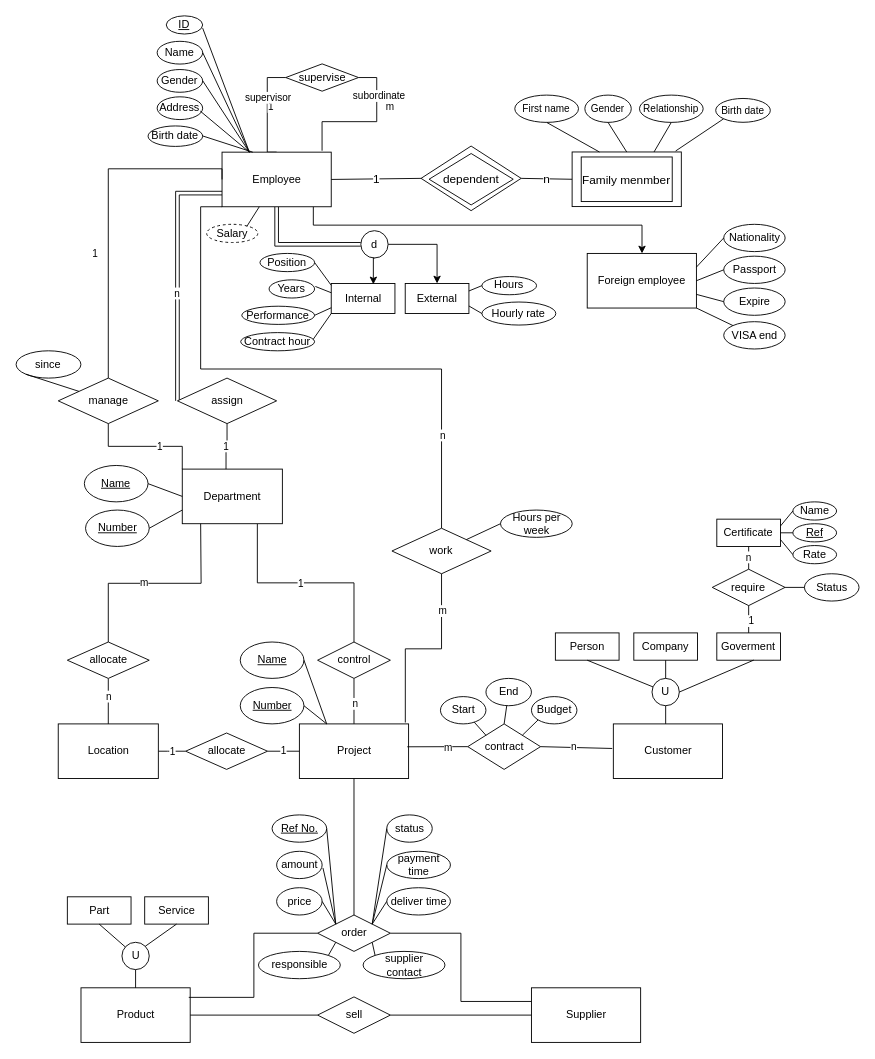
Above: Construction company.drawio in nuo-li/Examples (draw.io), before the change. Source tidied: cells renumbered, new cells numbered last; positions are measured from the earlier drawing's top-left corner, leaving out a move shared by most shapes. Both pictures are drawn from the tidied source at 91%, with x=0, y=0 at pixel (15, 15).
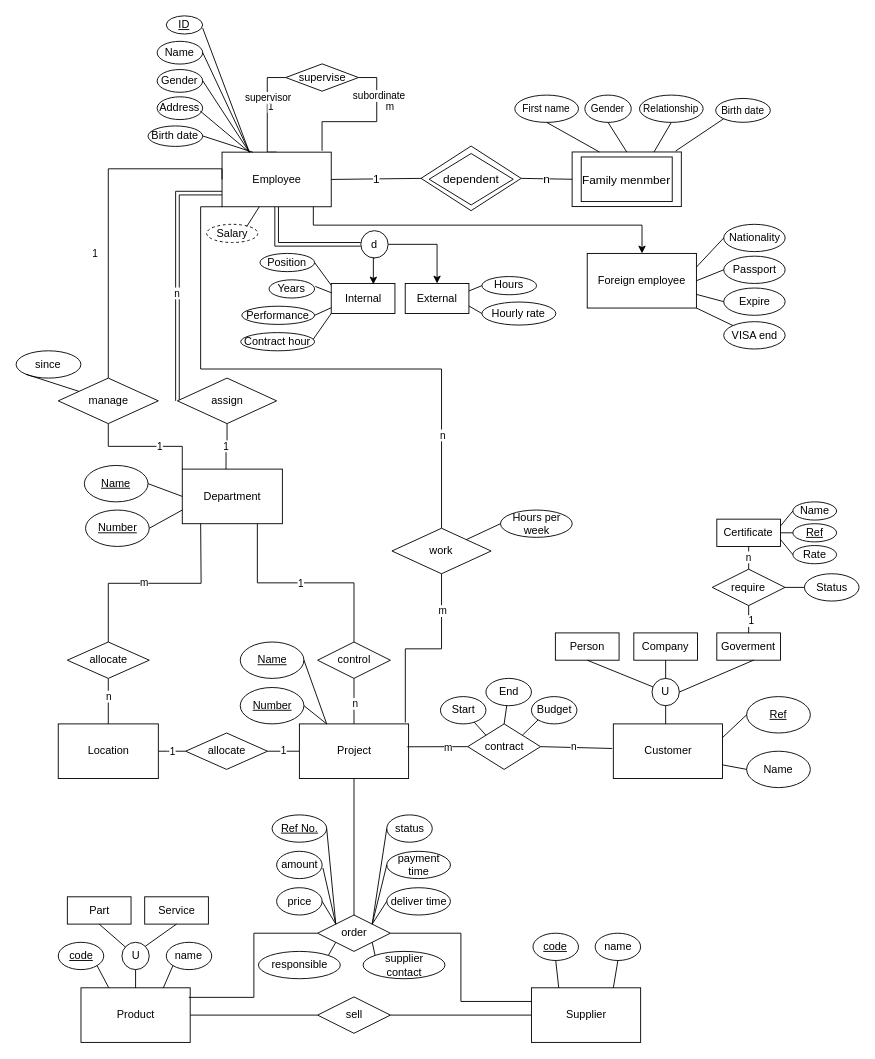
The same page after the edit.

The change refers to these unchanged cells:
```xml
<mxCell id="44" value="Supplier" style="rounded=0;whiteSpace=wrap;html=1;" parent="1" vertex="1">
  <mxGeometry x="566.5" y="1068" width="120" height="60" as="geometry" />
</mxCell>
<mxCell id="75" value="Customer" style="rounded=0;whiteSpace=wrap;html=1;" parent="1" vertex="1">
  <mxGeometry x="656.5" y="778" width="120" height="60" as="geometry" />
</mxCell>
```

Change to the diagram source:
```diff
@@
+    <mxCell id="173" value="&lt;u&gt;code&lt;/u&gt;" style="ellipse;whiteSpace=wrap;html=1;" parent="1" vertex="1">
+      <mxGeometry x="568.2" y="1008" width="50" height="30" as="geometry" />
+    </mxCell>
+    <mxCell id="174" value="name" style="ellipse;whiteSpace=wrap;html=1;" parent="1" vertex="1">
+      <mxGeometry x="636.5" y="1008" width="50" height="30" as="geometry" />
+    </mxCell>
+    <mxCell id="175" style="endArrow=none;html=1;rounded=0;entryX=0.25;entryY=0;entryDx=0;entryDy=0;exitX=0.5;exitY=1;exitDx=0;exitDy=0;" parent="1" edge="1" source="173" target="44">
+      <mxGeometry relative="1" as="geometry" />
+    </mxCell>
+    <mxCell id="176" style="endArrow=none;html=1;rounded=0;entryX=0.5;entryY=1;entryDx=0;entryDy=0;exitX=0.75;exitY=0;exitDx=0;exitDy=0;" parent="1" edge="1" source="44" target="174">
+      <mxGeometry relative="1" as="geometry" />
+    </mxCell>
+    <mxCell id="177" value="&lt;u&gt;code&lt;/u&gt;" style="ellipse;whiteSpace=wrap;html=1;" parent="1" vertex="1">
+      <mxGeometry x="46.5" y="1018" width="50" height="30" as="geometry" />
+    </mxCell>
+    <mxCell id="178" value="name" style="ellipse;whiteSpace=wrap;html=1;" parent="1" vertex="1">
+      <mxGeometry x="165.2" y="1018" width="50" height="30" as="geometry" />
+    </mxCell>
+    <mxCell id="179" style="endArrow=none;html=1;rounded=0;entryX=0.25;entryY=0;entryDx=0;entryDy=0;exitX=1;exitY=1;exitDx=0;exitDy=0;" parent="1" edge="1" source="177">
+      <mxGeometry relative="1" as="geometry">
+        <mxPoint x="102" y="1068" as="targetPoint" />
+      </mxGeometry>
+    </mxCell>
+    <mxCell id="180" style="endArrow=none;html=1;rounded=0;entryX=0;entryY=1;entryDx=0;entryDy=0;exitX=0.75;exitY=0;exitDx=0;exitDy=0;" parent="1" edge="1" target="178">
+      <mxGeometry relative="1" as="geometry">
+        <mxPoint x="162" y="1068" as="sourcePoint" />
+      </mxGeometry>
+    </mxCell>
+    <mxCell id="181" value="&lt;u&gt;Ref&lt;/u&gt;" style="ellipse;whiteSpace=wrap;html=1;" parent="1" vertex="1">
+      <mxGeometry x="803" y="748" width="70" height="40" as="geometry" />
+    </mxCell>
+    <mxCell id="182" value="Name" style="ellipse;whiteSpace=wrap;html=1;" parent="1" vertex="1">
+      <mxGeometry x="803" y="808" width="70" height="40" as="geometry" />
+    </mxCell>
+    <mxCell id="183" style="endArrow=none;html=1;rounded=0;entryX=0;entryY=0.5;entryDx=0;entryDy=0;exitX=1;exitY=0.25;exitDx=0;exitDy=0;" parent="1" edge="1" source="75" target="181">
+      <mxGeometry relative="1" as="geometry" />
+    </mxCell>
+    <mxCell id="184" style="endArrow=none;html=1;rounded=0;entryX=0;entryY=0.5;entryDx=0;entryDy=0;exitX=1;exitY=0.75;exitDx=0;exitDy=0;" parent="1" edge="1" source="75" target="182">
+      <mxGeometry relative="1" as="geometry" />
+    </mxCell>
```
